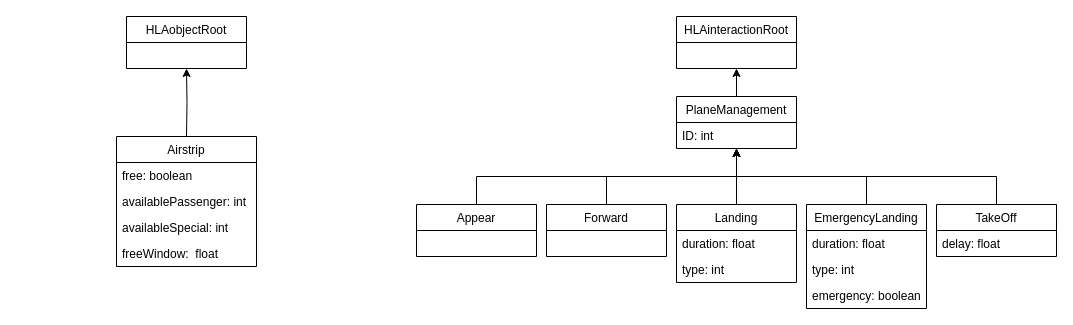
Before: docs/Diagram klas.drawio in matil99/Airport, a draw.io diagram. Source tidied: cells renumbered, new cells numbered last; positions are measured from the earlier drawing's top-left corner, leaving out a move shared by most shapes. Both pictures are drawn from the tidied source at 100%, with x=0, y=0 at pixel (116, 16).
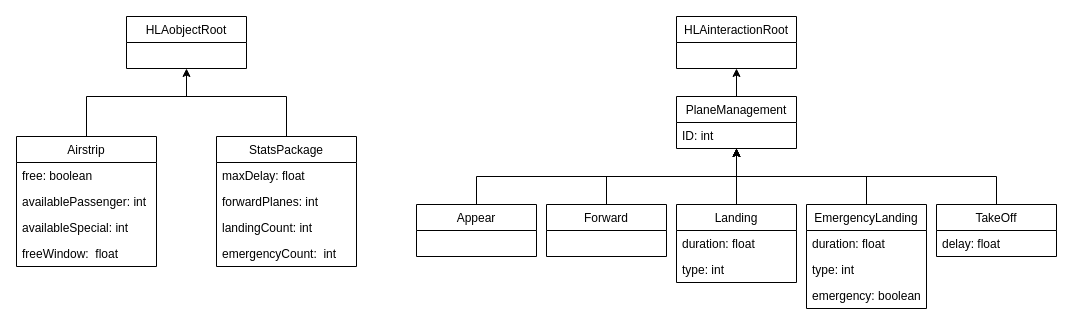
Above is the later version.

Unchanged cells that the change refers to:
```xml
<mxCell id="2" value="HLAobjectRoot" style="swimlane;fontStyle=0;horizontal=1;startSize=26;fillColor=none;" parent="1" vertex="1">
  <mxGeometry x="10" width="120" height="52" as="geometry" />
</mxCell>
```

The edit, as a diff of the source:
```diff
@@
-    <mxCell id="3" style="edgeStyle=orthogonalEdgeStyle;rounded=0;jettySize=auto;html=1;exitX=0.5;exitY=0;exitDx=0;exitDy=0;entryX=0.5;entryY=1;entryDx=0;entryDy=0;" parent="1" edge="1" target="2">
+    <mxCell id="3" style="edgeStyle=orthogonalEdgeStyle;rounded=0;jettySize=auto;html=1;entryX=0.5;entryY=1;entryDx=0;entryDy=0;" parent="1" edge="1" target="2">
       <mxGeometry relative="1" as="geometry">
-        <mxPoint x="70" y="120" as="sourcePoint" />
+        <mxPoint x="70" y="80" as="sourcePoint" />
       </mxGeometry>
     </mxCell>
@@
     <mxCell id="19" value="Airstrip" style="swimlane;fontStyle=0;horizontal=1;startSize=26;fillColor=none;" parent="1" vertex="1">
-      <mxGeometry y="120" width="140" height="130" as="geometry" />
+      <mxGeometry x="-100" y="120" width="140" height="130" as="geometry" />
     </mxCell>
@@
+    <mxCell id="29" value="StatsPackage" style="swimlane;fontStyle=0;horizontal=1;startSize=26;fillColor=none;" parent="1" vertex="1">
+      <mxGeometry x="100" y="120" width="140" height="130" as="geometry" />
+    </mxCell>
+    <mxCell id="30" value="maxDelay: float" style="text;strokeColor=none;fillColor=none;align=left;verticalAlign=top;spacingLeft=4;spacingRight=4;overflow=hidden;" parent="29" vertex="1">
+      <mxGeometry y="26" width="140" height="26" as="geometry" />
+    </mxCell>
+    <mxCell id="31" value="forwardPlanes: int" style="text;strokeColor=none;fillColor=none;align=left;verticalAlign=top;spacingLeft=4;spacingRight=4;overflow=hidden;" parent="29" vertex="1">
+      <mxGeometry y="52" width="140" height="26" as="geometry" />
+    </mxCell>
+    <mxCell id="32" value="landingCount: int" style="text;strokeColor=none;fillColor=none;align=left;verticalAlign=top;spacingLeft=4;spacingRight=4;overflow=hidden;" parent="29" vertex="1">
+      <mxGeometry y="78" width="140" height="26" as="geometry" />
+    </mxCell>
+    <mxCell id="33" value="emergencyCount:  int" style="text;strokeColor=none;fillColor=none;align=left;verticalAlign=top;spacingLeft=4;spacingRight=4;overflow=hidden;" parent="29" vertex="1">
+      <mxGeometry y="104" width="140" height="26" as="geometry" />
+    </mxCell>
+    <mxCell id="34" style="endArrow=none;html=1;rounded=0;exitX=0.5;exitY=0;exitDx=0;exitDy=0;" parent="1" edge="1" source="19">
+      <mxGeometry relative="1" as="geometry">
+        <mxPoint x="-30" y="80" as="targetPoint" />
+      </mxGeometry>
+    </mxCell>
+    <mxCell id="35" style="endArrow=none;html=1;rounded=0;" parent="1" edge="1">
+      <mxGeometry relative="1" as="geometry">
+        <mxPoint x="170" y="120" as="sourcePoint" />
+        <mxPoint x="170" y="80" as="targetPoint" />
+      </mxGeometry>
+    </mxCell>
+    <mxCell id="36" style="endArrow=none;html=1;rounded=0;" parent="1" edge="1">
+      <mxGeometry relative="1" as="geometry">
+        <mxPoint x="-30" y="80" as="sourcePoint" />
+        <mxPoint x="170" y="80" as="targetPoint" />
+      </mxGeometry>
+    </mxCell>
```
